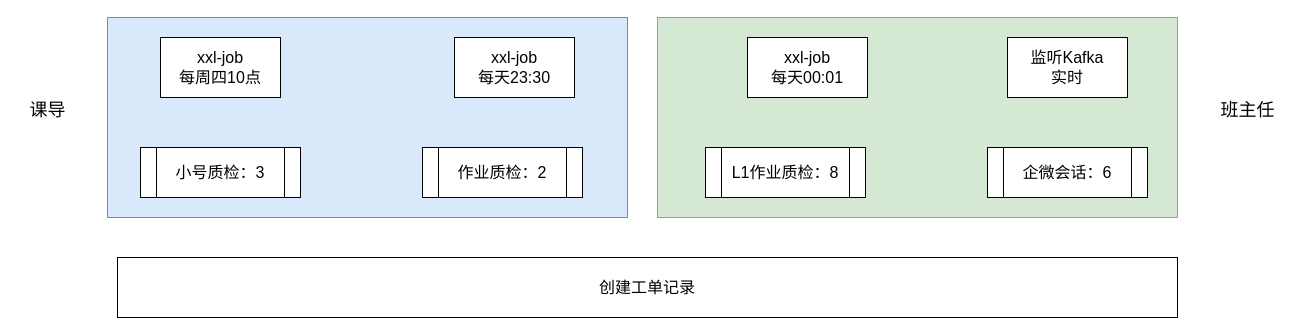
Above: 核桃-工单系统业务梳理.drawio in hongweilv-whu/flowCharts (draw.io), before the change. Source tidied: cells renumbered, new cells numbered last; positions are measured from the earlier drawing's top-left corner, leaving out a move shared by most shapes. Both pictures are drawn from the tidied source at 100%, with x=0, y=0 at pixel (17, 17).
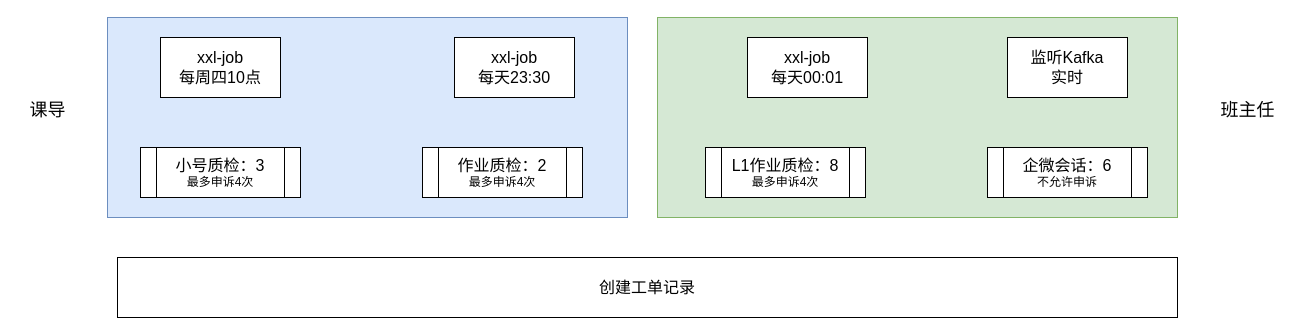
The same diagram, later.

Commit message:
更新核桃-工单系统业务梳理.drawio

Change to the diagram source:
```diff
@@
 <mxGraphModel>
   <root>
     <mxCell id="0" />
     <mxCell id="1" parent="0" />
     <mxCell id="2" style="rounded=0;whiteSpace=wrap;html=1;fillColor=#d5e8d4;strokeColor=#82b366;" parent="1" vertex="1">
       <mxGeometry x="640" width="520" height="200" as="geometry" />
     </mxCell>
     <mxCell id="3" style="rounded=0;whiteSpace=wrap;html=1;fillColor=#dae8fc;strokeColor=#6c8ebf;" parent="1" vertex="1">
       <mxGeometry x="90" width="520" height="200" as="geometry" />
     </mxCell>
-    <mxCell id="4" value="&lt;font style=&quot;font-size: 16px;&quot;&gt;小号质检：3&lt;/font&gt;" style="shape=process;whiteSpace=wrap;html=1;backgroundOutline=1;" parent="1" vertex="1">
+    <mxCell id="4" value="&lt;font style=&quot;&quot;&gt;&lt;span style=&quot;font-size: 16px;&quot;&gt;小号质检：3&lt;/span&gt;&lt;br&gt;&lt;font style=&quot;font-size: 12px;&quot;&gt;最多申诉4次&lt;/font&gt;&lt;br&gt;&lt;/font&gt;" style="shape=process;whiteSpace=wrap;html=1;backgroundOutline=1;" parent="1" vertex="1">
       <mxGeometry x="123" y="130" width="160" height="50" as="geometry" />
     </mxCell>
-    <mxCell id="5" value="&lt;font style=&quot;font-size: 16px;&quot;&gt;作业质检：2&lt;/font&gt;" style="shape=process;whiteSpace=wrap;html=1;backgroundOutline=1;" parent="1" vertex="1">
+    <mxCell id="5" value="&lt;font style=&quot;&quot;&gt;&lt;span style=&quot;font-size: 16px;&quot;&gt;作业质检：2&lt;/span&gt;&lt;br&gt;&lt;font style=&quot;font-size: 12px;&quot;&gt;最多申诉4次&lt;/font&gt;&lt;br&gt;&lt;/font&gt;" style="shape=process;whiteSpace=wrap;html=1;backgroundOutline=1;" parent="1" vertex="1">
       <mxGeometry x="405" y="130" width="160" height="50" as="geometry" />
     </mxCell>
-    <mxCell id="6" value="&lt;font style=&quot;font-size: 16px;&quot;&gt;L1作业质检：8&lt;/font&gt;" style="shape=process;whiteSpace=wrap;html=1;backgroundOutline=1;" parent="1" vertex="1">
+    <mxCell id="6" value="&lt;font style=&quot;&quot;&gt;&lt;span style=&quot;font-size: 16px;&quot;&gt;L1作业质检：8&lt;/span&gt;&lt;br&gt;&lt;font style=&quot;font-size: 12px;&quot;&gt;最多申诉4次&lt;/font&gt;&lt;br&gt;&lt;/font&gt;" style="shape=process;whiteSpace=wrap;html=1;backgroundOutline=1;" parent="1" vertex="1">
       <mxGeometry x="688" y="130" width="160" height="50" as="geometry" />
     </mxCell>
     <mxCell id="7" value="&lt;span style=&quot;font-size: 16px;&quot;&gt;xxl-job&lt;br&gt;每周四10点&lt;/span&gt;" style="rounded=0;whiteSpace=wrap;html=1;" parent="1" vertex="1">
       <mxGeometry x="143" y="20" width="120" height="60" as="geometry" />
     </mxCell>
     <mxCell id="8" value="&lt;span style=&quot;font-size: 16px;&quot;&gt;xxl-job&lt;br&gt;每&lt;/span&gt;&lt;font style=&quot;font-size: 16px;&quot;&gt;天23:30&lt;/font&gt;" style="rounded=0;whiteSpace=wrap;html=1;" parent="1" vertex="1">
       <mxGeometry x="437" y="20" width="120" height="60" as="geometry" />
     </mxCell>
     <mxCell id="9" value="&lt;span style=&quot;font-size: 16px;&quot;&gt;xxl-job&lt;br&gt;每&lt;/span&gt;&lt;font style=&quot;font-size: 16px;&quot;&gt;天00:01&lt;/font&gt;" style="rounded=0;whiteSpace=wrap;html=1;" parent="1" vertex="1">
       <mxGeometry x="730" y="20" width="120" height="60" as="geometry" />
     </mxCell>
-    <mxCell id="10" value="&lt;span style=&quot;font-size: 16px;&quot;&gt;企微会话：6&lt;/span&gt;" style="shape=process;whiteSpace=wrap;html=1;backgroundOutline=1;" parent="1" vertex="1">
+    <mxCell id="10" value="&lt;span style=&quot;font-size: 16px;&quot;&gt;企微会话：6&lt;/span&gt;&lt;br&gt;不允许申诉" style="shape=process;whiteSpace=wrap;html=1;backgroundOutline=1;" parent="1" vertex="1">
       <mxGeometry x="970" y="130" width="160" height="50" as="geometry" />
     </mxCell>
     <mxCell id="11" value="&lt;span style=&quot;font-size: 16px;&quot;&gt;监听Kafka&lt;br&gt;实时&lt;br&gt;&lt;/span&gt;" style="rounded=0;whiteSpace=wrap;html=1;" parent="1" vertex="1">
       <mxGeometry x="990" y="20" width="120" height="60" as="geometry" />
     </mxCell>
     <mxCell id="12" value="&lt;font style=&quot;font-size: 18px;&quot;&gt;课导&lt;/font&gt;" style="text;html=1;align=center;verticalAlign=middle;strokeColor=none;fillColor=none;" parent="1" vertex="1">
       <mxGeometry y="73" width="60" height="40" as="geometry" />
     </mxCell>
     <mxCell id="13" value="&lt;font style=&quot;font-size: 18px;&quot;&gt;班主任&lt;/font&gt;" style="text;html=1;align=center;verticalAlign=middle;strokeColor=none;fillColor=none;" parent="1" vertex="1">
       <mxGeometry x="1190" y="73" width="80" height="40" as="geometry" />
     </mxCell>
     <mxCell id="14" value="&lt;span style=&quot;font-size: 16px;&quot;&gt;创建工单记录&lt;/span&gt;" style="rounded=0;whiteSpace=wrap;html=1;" parent="1" vertex="1">
       <mxGeometry x="100" y="240" width="1060" height="60" as="geometry" />
     </mxCell>
   </root>
 </mxGraphModel>
```
